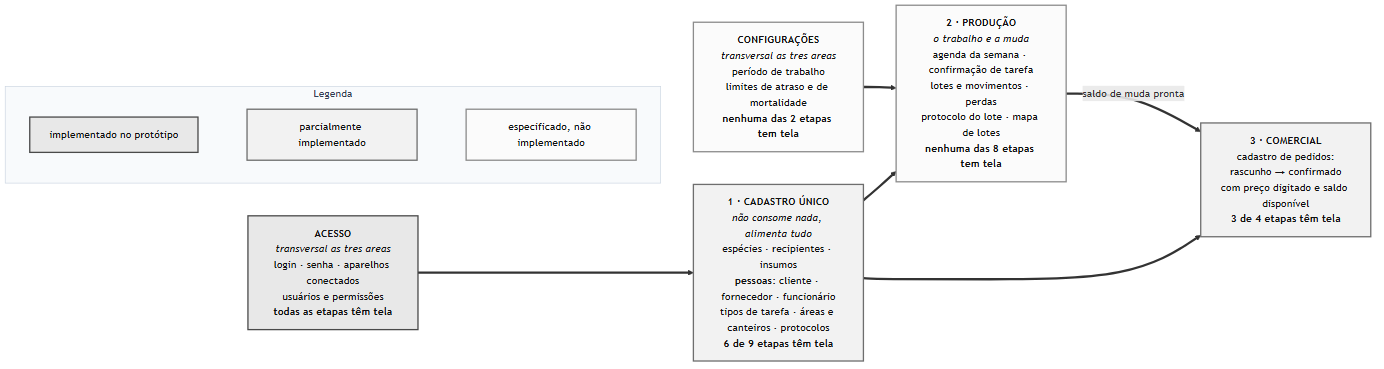
The Mermaid diagram docs/rotinas/img/mapa-sistema-v2.png in JoaoMudar/tcc, before a commit. Its source is kept beside it as docs/rotinas/img/mapa-sistema-v2.mmd.
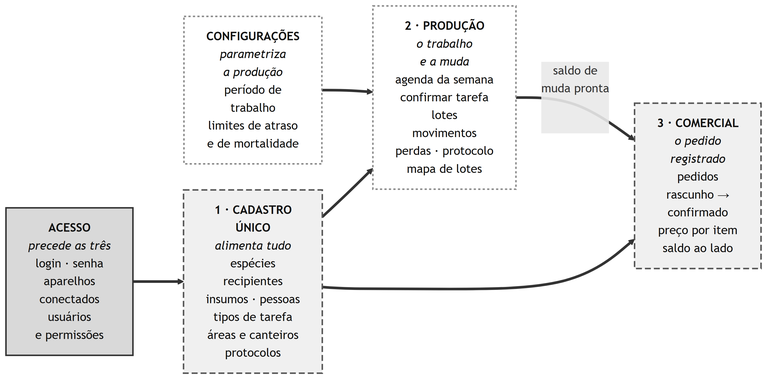
The same file after the commit.

Change to the diagram source:
```diff
@@ -1,36 +1,28 @@
+%%{init: {'flowchart': {'rankSpacing': 68, 'nodeSpacing': 35, 'curve': 'basis'}}}%%
 flowchart LR
-  ACC["<b>ACESSO</b><br/><i>transversal as tres areas</i><br/>login · senha · aparelhos conectados<br/>usuários e permissões<br/><b>todas as etapas têm tela</b>"]
+  ACC["<b>ACESSO</b><br/><i>precede as três</i><br/>login · senha<br/>aparelhos<br/>conectados<br/>usuários<br/>e permissões"]
 
-  CFG["<b>CONFIGURAÇÕES</b><br/><i>transversal as tres areas</i><br/>período de trabalho<br/>limites de atraso e de mortalidade<br/><b>nenhuma das 2 etapas tem tela</b>"]
+  CFG["<b>CONFIGURAÇÕES</b><br/><i>parametriza</i><br/><i>a produção</i><br/>período de<br/>trabalho<br/>limites de atraso<br/>e de mortalidade"]
 
-  CAD["<b>1 · CADASTRO ÚNICO</b><br/><i>não consome nada, alimenta tudo</i><br/>espécies · recipientes · insumos<br/><b>pessoas</b>: cliente · fornecedor · funcionário<br/>tipos de tarefa · áreas e canteiros · protocolos<br/><b>6 de 9 etapas têm tela</b>"]
+  CAD["<b>1 · CADASTRO</b><br/><b>ÚNICO</b><br/><i>alimenta tudo</i><br/>espécies<br/>recipientes<br/>insumos · pessoas<br/>tipos de tarefa<br/>áreas e canteiros<br/>protocolos"]
 
-  PRO["<b>2 · PRODUÇÃO</b><br/><i>o trabalho e a muda</i><br/>agenda da semana · confirmação de tarefa<br/>lotes e movimentos · perdas<br/>protocolo do lote · mapa de lotes<br/><b>nenhuma das 8 etapas tem tela</b>"]
+  PRO["<b>2 · PRODUÇÃO</b><br/><i>o trabalho</i><br/><i>e a muda</i><br/>agenda da semana<br/>confirmar tarefa<br/>lotes<br/>movimentos<br/>perdas · protocolo<br/>mapa de lotes"]
 
-  COM["<b>3 · COMERCIAL</b><br/>cadastro de pedidos:<br/>rascunho → confirmado<br/>com preço digitado e saldo disponível<br/><b>3 de 4 etapas têm tela</b>"]
+  COM["<b>3 · COMERCIAL</b><br/><i>o pedido</i><br/><i>registrado</i><br/>pedidos<br/>rascunho →<br/>confirmado<br/>preço por item<br/>saldo ao lado"]
 
   ACC ==> CAD
+
   CFG ==> PRO
 
   CAD ==> PRO
   CAD ==> COM
 
-  PRO ==>|"saldo de muda pronta"| COM
-
-  subgraph LEG["Legenda"]
-    direction LR
-    L1["implementado no protótipo"]
-    L2["parcialmente implementado"]
-    L3["especificado, não implementado"]
-    L1 ~~~ L2 ~~~ L3
-  end
+  PRO ==>|"saldo de<br/>muda pronta<br/>&nbsp;<br/>&nbsp;"| COM
 
   classDef ok fill:#dcfce7,stroke:#16a34a,stroke-width:2px,color:#111
   classDef meio fill:#fef3c7,stroke:#d97706,stroke-width:2px,color:#111
   classDef falta fill:#fee2e2,stroke:#dc2626,stroke-width:2px,color:#111
-  classDef grupo fill:#f8fafc,stroke:#cbd5e1,stroke-width:1px,color:#334155
 
-  class ACC,L1 ok
-  class CAD,COM,L2 meio
-  class PRO,CFG,L3 falta
-  class LEG grupo
+  class ACC ok
+  class CAD,COM meio
+  class PRO,CFG falta
```
